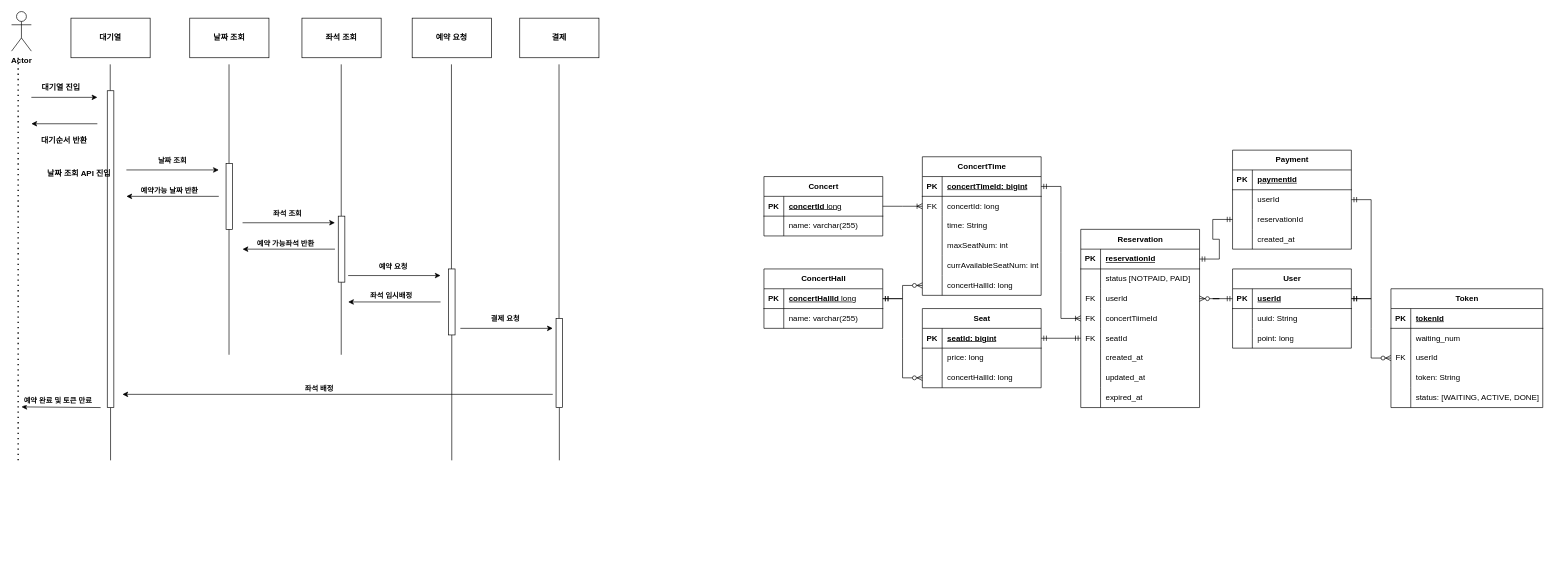
The draw.io diagram concertTicketing.drawio in watanka/ticketing, before the edit. Source tidied: cells renumbered, new cells numbered last; positions are measured from the earlier drawing's top-left corner, leaving out a move shared by most shapes. Both pictures are drawn from the tidied source at 66%, with x=0, y=0 at pixel (11, 11).
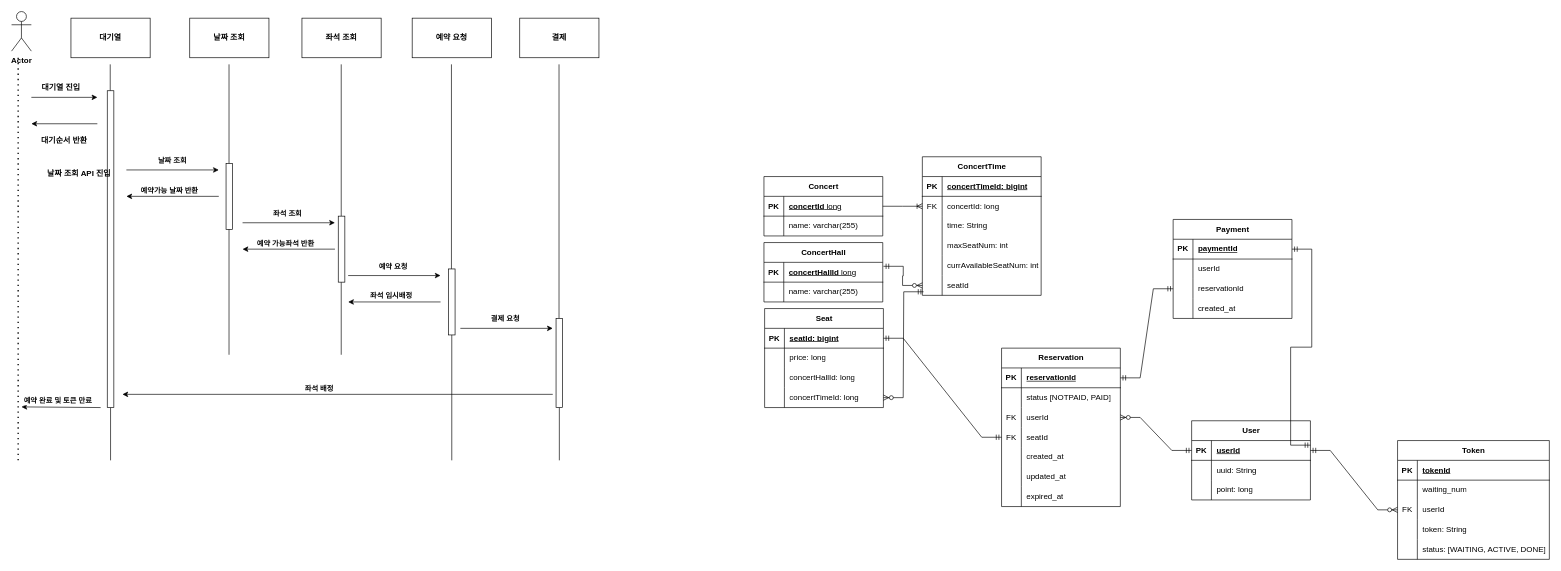
The same page after the edit.

Commit message:
도메인 어그리게이트 분리

The change refers to these unchanged cells:
```xml
<mxCell id="60" style="shape=tableRow;horizontal=0;startSize=0;swimlaneHead=0;swimlaneBody=0;fillColor=none;points=[[0,0.5],[1,0.5]];portConstraint=eastwest;top=0;left=0;right=0;bottom=0;" parent="53" vertex="1">
  <mxGeometry y="90" width="180" height="30" as="geometry" />
</mxCell>
<mxCell id="89" style="shape=tableRow;horizontal=0;startSize=0;swimlaneHead=0;swimlaneBody=0;fillColor=none;points=[[0,0.5],[1,0.5]];portConstraint=eastwest;top=0;left=0;right=0;bottom=1;" parent="88" vertex="1">
  <mxGeometry y="30" width="180" height="30" as="geometry" />
</mxCell>
<mxCell id="122" style="shape=tableRow;horizontal=0;startSize=0;swimlaneHead=0;swimlaneBody=0;fillColor=none;points=[[0,0.5],[1,0.5]];portConstraint=eastwest;top=0;left=0;right=0;bottom=1;" parent="121" vertex="1">
  <mxGeometry y="30" width="180" height="30" as="geometry" />
</mxCell>
<mxCell id="137" style="shape=tableRow;horizontal=0;startSize=0;swimlaneHead=0;swimlaneBody=0;fillColor=none;points=[[0,0.5],[1,0.5]];portConstraint=eastwest;top=0;left=0;right=0;bottom=0;" parent="121" vertex="1">
  <mxGeometry y="180" width="180" height="30" as="geometry" />
</mxCell>
<mxCell id="141" style="shape=tableRow;horizontal=0;startSize=0;swimlaneHead=0;swimlaneBody=0;fillColor=none;points=[[0,0.5],[1,0.5]];portConstraint=eastwest;top=0;left=0;right=0;bottom=1;" parent="140" vertex="1">
  <mxGeometry y="30" width="180" height="30" as="geometry" />
</mxCell>
<mxCell id="144" style="shape=tableRow;horizontal=0;startSize=0;swimlaneHead=0;swimlaneBody=0;fillColor=none;points=[[0,0.5],[1,0.5]];portConstraint=eastwest;top=0;left=0;right=0;bottom=0;" parent="140" vertex="1">
  <mxGeometry y="60" width="180" height="30" as="geometry" />
</mxCell>
<mxCell id="156" style="shape=tableRow;horizontal=0;startSize=0;swimlaneHead=0;swimlaneBody=0;fillColor=none;points=[[0,0.5],[1,0.5]];portConstraint=eastwest;top=0;left=0;right=0;bottom=1;" parent="155" vertex="1">
  <mxGeometry y="30" width="180" height="30" as="geometry" />
</mxCell>
```

What changed in the source:
```diff
@@
     <mxCell id="53" value="Seat" style="shape=table;startSize=30;childLayout=tableLayout;rowLines=0;fontStyle=1;align=center;html=1;" parent="1" vertex="1">
-      <mxGeometry x="1380" y="450" width="180" height="120" as="geometry" />
+      <mxGeometry x="1141" y="450" width="180" height="150" as="geometry" />
     </mxCell>
@@
+    <mxCell id="73" style="shape=tableRow;horizontal=0;startSize=0;swimlaneHead=0;swimlaneBody=0;fillColor=none;points=[[0,0.5],[1,0.5]];portConstraint=eastwest;top=0;left=0;right=0;bottom=0;" parent="53" vertex="1">
+      <mxGeometry y="120" width="180" height="30" as="geometry" />
+    </mxCell>
+    <mxCell id="164" style="shape=partialRectangle;fillColor=none;top=0;left=0;bottom=0;right=0;overflow=hidden;whiteSpace=wrap;html=1;" parent="73" vertex="1">
+      <mxGeometry width="30" height="30" as="geometry" />
+    </mxCell>
+    <mxCell id="165" value="concertTimeId: long" style="shape=partialRectangle;fillColor=none;top=0;left=0;bottom=0;right=0;align=left;spacingLeft=6;overflow=hidden;whiteSpace=wrap;html=1;" parent="73" vertex="1">
+      <mxGeometry x="30" width="150" height="30" as="geometry" />
+    </mxCell>
     <mxCell id="63" value="Reservation" style="shape=table;startSize=30;childLayout=tableLayout;rowLines=0;fontStyle=1;align=center;html=1;" parent="1" vertex="1">
-      <mxGeometry x="1620" y="330" width="180" height="270" as="geometry" />
+      <mxGeometry x="1500" y="510" width="180" height="240" as="geometry" />
     </mxCell>
@@
-    <mxCell id="73" style="shape=tableRow;horizontal=0;startSize=0;swimlaneHead=0;swimlaneBody=0;fillColor=none;points=[[0,0.5],[1,0.5]];portConstraint=eastwest;top=0;left=0;right=0;bottom=0;" parent="63" vertex="1">
-      <mxGeometry y="120" width="180" height="30" as="geometry" />
-    </mxCell>
-    <mxCell id="74" value="FK" style="shape=partialRectangle;fillColor=none;top=0;left=0;bottom=0;right=0;overflow=hidden;whiteSpace=wrap;html=1;" parent="73" vertex="1">
-      <mxGeometry width="30" height="30" as="geometry" />
-    </mxCell>
-    <mxCell id="75" value="concertTiimeId" style="shape=partialRectangle;fillColor=none;top=0;left=0;bottom=0;right=0;align=left;spacingLeft=6;overflow=hidden;whiteSpace=wrap;html=1;" parent="73" vertex="1">
-      <mxGeometry x="30" width="150" height="30" as="geometry" />
-    </mxCell>
     <mxCell id="76" style="shape=tableRow;horizontal=0;startSize=0;swimlaneHead=0;swimlaneBody=0;fillColor=none;points=[[0,0.5],[1,0.5]];portConstraint=eastwest;top=0;left=0;right=0;bottom=0;fontStyle=1;" parent="63" vertex="1">
-      <mxGeometry y="150" width="180" height="30" as="geometry" />
+      <mxGeometry y="120" width="180" height="30" as="geometry" />
     </mxCell>
@@
     <mxCell id="79" style="shape=tableRow;horizontal=0;startSize=0;swimlaneHead=0;swimlaneBody=0;fillColor=none;top=0;left=0;right=0;bottom=0;fontStyle=1;" parent="63" vertex="1">
-      <mxGeometry y="180" width="180" height="30" as="geometry" />
+      <mxGeometry y="150" width="180" height="30" as="geometry" />
     </mxCell>
@@
     <mxCell id="82" style="shape=tableRow;horizontal=0;startSize=0;swimlaneHead=0;swimlaneBody=0;fillColor=none;top=0;left=0;right=0;bottom=0;fontStyle=1;" parent="63" vertex="1">
-      <mxGeometry y="210" width="180" height="30" as="geometry" />
+      <mxGeometry y="180" width="180" height="30" as="geometry" />
     </mxCell>
@@
     <mxCell id="85" style="shape=tableRow;horizontal=0;startSize=0;swimlaneHead=0;swimlaneBody=0;fillColor=none;top=0;left=0;right=0;bottom=0;fontStyle=1;" parent="63" vertex="1">
-      <mxGeometry y="240" width="180" height="30" as="geometry" />
+      <mxGeometry y="210" width="180" height="30" as="geometry" />
     </mxCell>
@@
     <mxCell id="88" value="User" style="shape=table;startSize=30;childLayout=tableLayout;rowLines=0;fontStyle=1;align=center;html=1;" parent="1" vertex="1">
-      <mxGeometry x="1850" y="390" width="180" height="120" as="geometry" />
+      <mxGeometry x="1788" y="620" width="180" height="120" as="geometry" />
     </mxCell>
@@
     <mxCell id="98" value="Token" style="shape=table;startSize=30;childLayout=tableLayout;rowLines=0;fontStyle=1;align=center;html=1;" parent="1" vertex="1">
-      <mxGeometry x="2090" y="420" width="230" height="180" as="geometry" />
+      <mxGeometry x="2100" y="650" width="230" height="180" as="geometry" />
     </mxCell>
@@
-    <mxCell id="118" style="edgeStyle=entityRelationEdgeStyle;fontSize=12;html=1;endArrow=ERoneToMany;startArrow=ERmandOne;rounded=0;entryX=0;entryY=0.5;entryDx=0;entryDy=0;exitX=1;exitY=0.5;exitDx=0;exitDy=0;" parent="1" edge="1" source="122" target="73">
-      <mxGeometry relative="1" as="geometry" />
-    </mxCell>
@@
-    <mxCell id="139" value="concertHallId: long" style="shape=partialRectangle;fillColor=none;top=0;left=0;bottom=0;right=0;align=left;spacingLeft=6;overflow=hidden;whiteSpace=wrap;html=1;" parent="137" vertex="1">
+    <mxCell id="139" value="seatId" style="shape=partialRectangle;fillColor=none;top=0;left=0;bottom=0;right=0;align=left;spacingLeft=6;overflow=hidden;whiteSpace=wrap;html=1;" parent="137" vertex="1">
       <mxGeometry x="30" width="150" height="30" as="geometry" />
     </mxCell>
     <mxCell id="140" value="Payment" style="shape=table;startSize=30;childLayout=tableLayout;rowLines=0;fontStyle=1;align=center;html=1;" parent="1" vertex="1">
-      <mxGeometry x="1850" y="210" width="180" height="150" as="geometry" />
+      <mxGeometry x="1760" y="315" width="180" height="150" as="geometry" />
     </mxCell>
@@
-    <mxCell id="153" style="edgeStyle=entityRelationEdgeStyle;fontSize=12;html=1;endArrow=ERmandOne;startArrow=ERmandOne;rounded=0;entryX=1;entryY=0.5;entryDx=0;entryDy=0;exitX=1;exitY=0.5;exitDx=0;exitDy=0;" parent="1" edge="1" source="144" target="89">
-      <mxGeometry relative="1" as="geometry" />
+    <mxCell id="153" style="edgeStyle=entityRelationEdgeStyle;fontSize=12;html=1;endArrow=ERmandOne;startArrow=ERmandOne;rounded=0;entryX=1;entryY=0.233;entryDx=0;entryDy=0;exitX=1;exitY=0.5;exitDx=0;exitDy=0;entryPerimeter=0;" parent="1" edge="1" source="141" target="89">
+      <mxGeometry relative="1" as="geometry">
+        <Array as="points">
+          <mxPoint x="2030" y="570" />
+          <mxPoint x="2030" y="530" />
+        </Array>
+      </mxGeometry>
     </mxCell>
@@
     <mxCell id="155" value="ConcertHall" style="shape=table;startSize=30;childLayout=tableLayout;rowLines=0;fontStyle=1;align=center;html=1;" parent="1" vertex="1">
-      <mxGeometry x="1140" y="390" width="180" height="90" as="geometry" />
+      <mxGeometry x="1140" y="350" width="180" height="90" as="geometry" />
     </mxCell>
@@
-    <mxCell id="162" style="edgeStyle=entityRelationEdgeStyle;fontSize=12;html=1;endArrow=ERzeroToMany;startArrow=ERmandOne;rounded=0;exitX=1;exitY=0.5;exitDx=0;exitDy=0;entryX=0;entryY=0.5;entryDx=0;entryDy=0;" parent="1" edge="1" source="156" target="60">
-      <mxGeometry relative="1" as="geometry" />
+    <mxCell id="162" style="edgeStyle=entityRelationEdgeStyle;fontSize=12;html=1;endArrow=ERzeroToMany;startArrow=ERmandOne;rounded=0;exitX=0.01;exitY=0.819;exitDx=0;exitDy=0;entryX=1;entryY=0.5;entryDx=0;entryDy=0;exitPerimeter=0;" parent="1" edge="1" source="137" target="73">
+      <mxGeometry relative="1" as="geometry">
+        <Array as="points">
+          <mxPoint x="1360" y="450" />
+          <mxPoint x="1380" y="430" />
+        </Array>
+      </mxGeometry>
     </mxCell>
-    <mxCell id="163" style="edgeStyle=entityRelationEdgeStyle;fontSize=12;html=1;endArrow=ERzeroToMany;startArrow=ERmandOne;rounded=0;exitX=1;exitY=0.5;exitDx=0;exitDy=0;entryX=0;entryY=0.5;entryDx=0;entryDy=0;" parent="1" edge="1" source="156" target="137">
-      <mxGeometry relative="1" as="geometry" />
+    <mxCell id="163" style="edgeStyle=entityRelationEdgeStyle;fontSize=12;html=1;endArrow=ERzeroToMany;startArrow=ERmandOne;rounded=0;exitX=1.006;exitY=0.2;exitDx=0;exitDy=0;entryX=0;entryY=0.5;entryDx=0;entryDy=0;exitPerimeter=0;" parent="1" edge="1" source="156" target="137">
+      <mxGeometry relative="1" as="geometry">
+        <Array as="points">
+          <mxPoint x="1260" y="655" />
+        </Array>
+      </mxGeometry>
     </mxCell>
```
